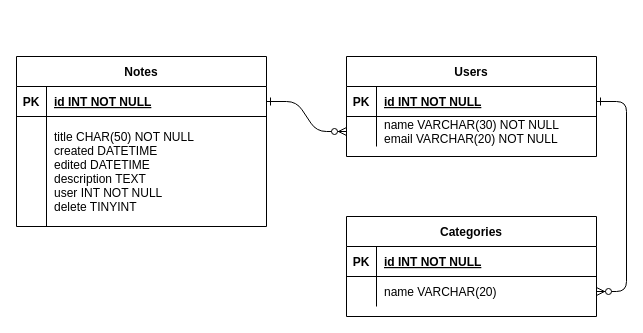
This is Untitled Diagram.drawio from rxrmcy/entregable-BD, a draw.io file, before an edit. Source tidied: cells renumbered, new cells numbered last; positions are measured from the earlier drawing's top-left corner, leaving out a move shared by most shapes. Both pictures are drawn from the tidied source at 100%, with x=0, y=0 at pixel (16, 56).
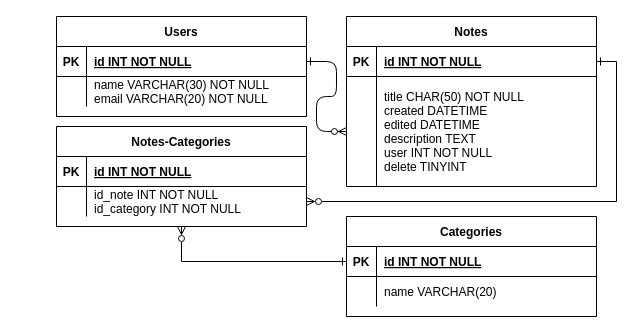
Above is the later version.

The change refers to these unchanged cells:
```xml
<mxCell id="5" style="shape=partialRectangle;fillColor=none;points=[[0,0.5],[1,0.5]];portConstraint=eastwest;top=0;left=0;right=0;bottom=1;" parent="4" vertex="1">
  <mxGeometry y="30" width="250" height="30" as="geometry" />
</mxCell>
<mxCell id="8" style="shape=partialRectangle;fillColor=none;points=[[0,0.5],[1,0.5]];portConstraint=eastwest;top=0;left=0;right=0;bottom=0;" parent="4" vertex="1">
  <mxGeometry y="60" width="250" height="30" as="geometry" />
</mxCell>
<mxCell id="12" style="shape=partialRectangle;fillColor=none;points=[[0,0.5],[1,0.5]];portConstraint=eastwest;top=0;left=0;right=0;bottom=1;" parent="11" vertex="1">
  <mxGeometry y="30" width="250" height="30" as="geometry" />
</mxCell>
<mxCell id="15" style="shape=partialRectangle;fillColor=none;points=[[0,0.5],[1,0.5]];portConstraint=eastwest;top=0;left=0;right=0;bottom=0;" parent="11" vertex="1">
  <mxGeometry y="60" width="250" height="30" as="geometry" />
</mxCell>
<mxCell id="19" style="shape=partialRectangle;fillColor=none;points=[[0,0.5],[1,0.5]];portConstraint=eastwest;top=0;left=0;right=0;bottom=1;" parent="18" vertex="1">
  <mxGeometry y="30" width="250" height="30" as="geometry" />
</mxCell>
<mxCell id="22" style="shape=partialRectangle;fillColor=none;points=[[0,0.5],[1,0.5]];portConstraint=eastwest;top=0;left=0;right=0;bottom=0;" parent="18" vertex="1">
  <mxGeometry y="60" width="250" height="110" as="geometry" />
</mxCell>
```

The edit, as a diff of the source:
```diff
@@
-    <mxCell id="2" style="edgeStyle=entityRelationEdgeStyle;endArrow=ERzeroToMany;startArrow=ERone;endFill=1;startFill=0;" parent="1" edge="1" source="19" target="8">
+    <mxCell id="2" style="edgeStyle=entityRelationEdgeStyle;endArrow=ERone;startArrow=ERzeroToMany;endFill=0;startFill=1;exitX=0;exitY=0.5;exitDx=0;exitDy=0;entryX=1;entryY=0.5;entryDx=0;entryDy=0;" parent="1" edge="1" source="22" target="5">
       <mxGeometry relative="1" as="geometry" />
     </mxCell>
-    <mxCell id="3" style="edgeStyle=entityRelationEdgeStyle;endArrow=ERzeroToMany;startArrow=ERone;endFill=1;startFill=0;" parent="1" edge="1" source="5" target="15">
-      <mxGeometry relative="1" as="geometry" />
-    </mxCell>
     <mxCell id="4" value="Users" style="shape=table;startSize=30;childLayout=tableLayout;rowLines=0;fontStyle=1;align=center;" parent="1" vertex="1">
-      <mxGeometry x="330" width="250" height="100" as="geometry" />
+      <mxGeometry x="40" y="-40" width="250" height="100" as="geometry" />
     </mxCell>
@@
     <mxCell id="18" value="Notes" style="shape=table;startSize=30;childLayout=tableLayout;rowLines=0;fontStyle=1;align=center;" parent="1" vertex="1">
-      <mxGeometry width="250" height="170" as="geometry" />
+      <mxGeometry x="330" y="-40" width="250" height="170" as="geometry" />
     </mxCell>
@@
-    <mxCell id="24" value="title CHAR(50) NOT NULL&#10;created DATETIME&#10;edited DATETIME&#10;description TEXT&#10;user INT NOT NULL&#10;delete TINYINT" style="shape=partialRectangle;overflow=hidden;fillColor=none;top=0;left=0;bottom=0;right=0;align=left;spacingLeft=6;spacingBottom=0;" parent="22" vertex="1">
+    <mxCell id="24" value="title CHAR(50) NOT NULL&#10;created DATETIME&#10;edited DATETIME&#10;description TEXT&#10;user INT NOT NULL&#10;delete TINYINT" style="shape=partialRectangle;overflow=hidden;fillColor=none;top=0;left=0;bottom=0;right=0;align=left;spacingLeft=6;spacingBottom=0;fontStyle=0;" parent="22" vertex="1">
       <mxGeometry x="30" width="220" height="110" as="geometry" />
     </mxCell>
+    <mxCell id="25" value="Notes-Categories" style="shape=table;startSize=30;childLayout=tableLayout;rowLines=0;fontStyle=1;align=center;" parent="1" vertex="1">
+      <mxGeometry x="40" y="70" width="250" height="100" as="geometry" />
+    </mxCell>
+    <mxCell id="26" style="shape=partialRectangle;fillColor=none;top=0;left=0;right=0;bottom=1;" parent="25" vertex="1">
+      <mxGeometry y="30" width="250" height="30" as="geometry" />
+    </mxCell>
+    <mxCell id="27" value="PK" style="shape=partialRectangle;overflow=hidden;fillColor=none;top=0;left=0;bottom=0;right=0;fontStyle=1;" parent="26" vertex="1">
+      <mxGeometry width="30" height="30" as="geometry" />
+    </mxCell>
+    <mxCell id="28" value="id INT NOT NULL " style="shape=partialRectangle;overflow=hidden;fillColor=none;top=0;left=0;bottom=0;right=0;align=left;spacingLeft=6;fontStyle=5;" parent="26" vertex="1">
+      <mxGeometry x="30" width="220" height="30" as="geometry" />
+    </mxCell>
+    <mxCell id="29" style="shape=partialRectangle;fillColor=none;points=[[0,0.5],[1,0.5]];portConstraint=eastwest;top=0;left=0;right=0;bottom=0;" parent="25" vertex="1">
+      <mxGeometry y="60" width="250" height="30" as="geometry" />
+    </mxCell>
+    <mxCell id="30" style="shape=partialRectangle;overflow=hidden;fillColor=none;top=0;left=0;bottom=0;right=0;" parent="29" vertex="1">
+      <mxGeometry width="30" height="30" as="geometry" />
+    </mxCell>
+    <mxCell id="31" value="id_note INT NOT NULL&#10;id_category INT NOT NULL" style="shape=partialRectangle;overflow=hidden;fillColor=none;top=0;left=0;bottom=0;right=0;align=left;spacingLeft=6;" parent="29" vertex="1">
+      <mxGeometry x="30" width="220" height="30" as="geometry" />
+    </mxCell>
+    <mxCell id="32" style="edgeStyle=orthogonalEdgeStyle;rounded=0;jettySize=auto;html=1;startArrow=ERone;startFill=0;endArrow=ERzeroToMany;endFill=0;entryX=1;entryY=0.5;entryDx=0;entryDy=0;exitX=1;exitY=0.5;exitDx=0;exitDy=0;" parent="1" edge="1" source="19" target="29">
+      <mxGeometry relative="1" as="geometry" />
+    </mxCell>
+    <mxCell id="33" style="edgeStyle=orthogonalEdgeStyle;rounded=0;jettySize=auto;html=1;startArrow=ERone;startFill=0;endArrow=ERzeroToMany;endFill=0;exitX=0;exitY=0.5;exitDx=0;exitDy=0;entryX=0.5;entryY=1;entryDx=0;entryDy=0;" parent="1" edge="1" source="12" target="25">
+      <mxGeometry relative="1" as="geometry" />
+    </mxCell>
```
